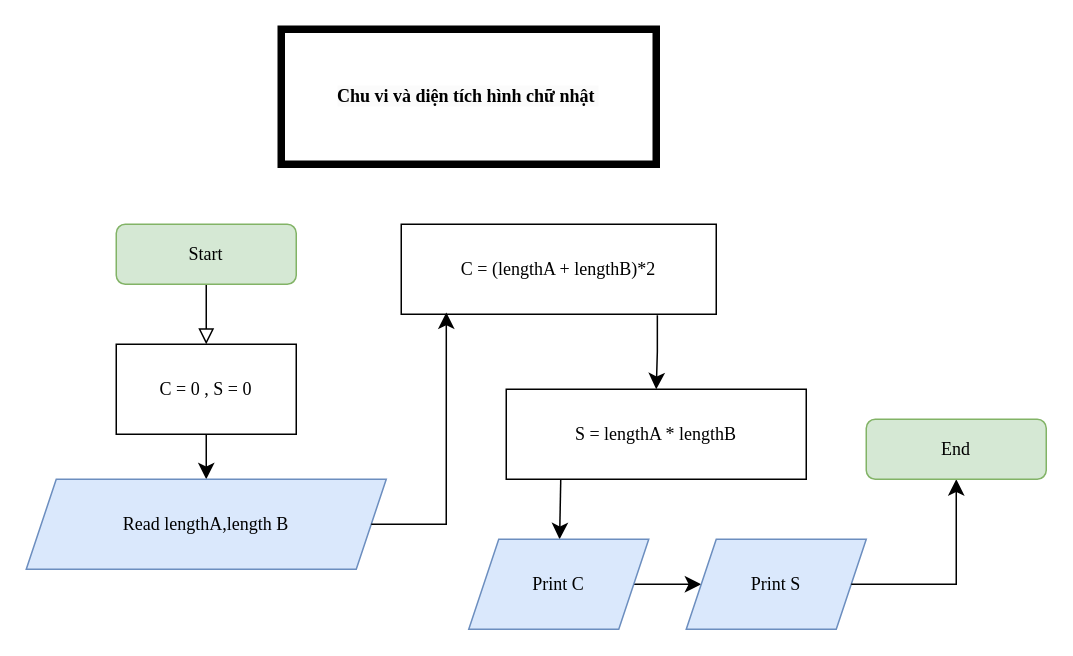
Before: page "Hình chữ nhật" (2 of 4) of Exercise1_11.drawio in LONGDKZdev/Flowchart, a draw.io diagram. Source tidied: cells renumbered, new cells numbered last; positions are measured from the earlier drawing's top-left corner, leaving out a move shared by most shapes. Both pictures are drawn from the tidied source at 150%, with x=0, y=0 at pixel (26, 28).
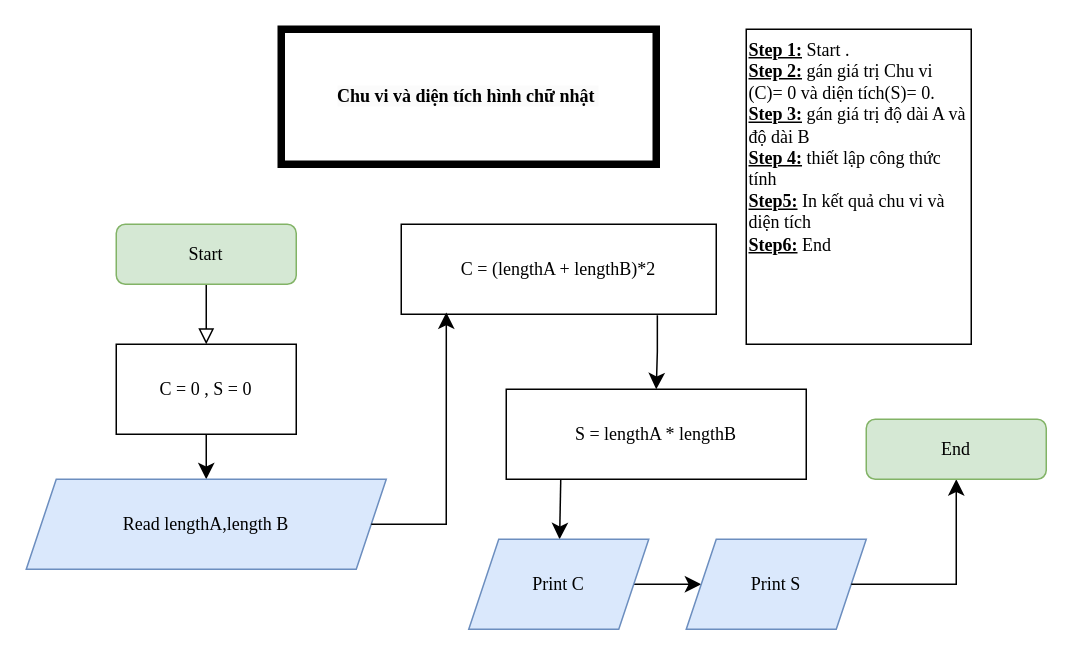
After the change.

Diff of the diagram source:
```diff
@@
+    <mxCell id="18" value="&lt;u&gt;&lt;b&gt;Step 1:&lt;/b&gt;&lt;/u&gt; Start .&lt;div&gt;&lt;b style=&quot;text-decoration-line: underline;&quot;&gt;Step 2:&lt;/b&gt;&amp;nbsp;gán giá trị Chu vi (C)= 0 và diện tích(S)= 0.&lt;/div&gt;&lt;div&gt;&lt;u&gt;&lt;b&gt;Step 3:&lt;/b&gt;&lt;/u&gt;&amp;nbsp;gán giá trị độ dài A và độ dài B&lt;/div&gt;&lt;div&gt;&lt;b&gt;&lt;u&gt;Step 4:&lt;/u&gt; &lt;/b&gt;thiết lập công thức tính&lt;b&gt;&amp;nbsp;&amp;nbsp;&lt;/b&gt;&lt;/div&gt;&lt;div&gt;&lt;b&gt;&lt;u&gt;Step5:&lt;/u&gt; &lt;/b&gt;In kết quả chu vi và diện tích&amp;nbsp;&lt;/div&gt;&lt;div&gt;&lt;u style=&quot;font-weight: bold;&quot;&gt;Step6:&lt;/u&gt;&amp;nbsp;End&lt;br&gt;&lt;/div&gt;" style="rounded=0;whiteSpace=wrap;html=1;horizontal=1;verticalAlign=top;align=left;fontFamily=Times New Roman;" parent="1" vertex="1">
+      <mxGeometry x="480" width="150" height="210" as="geometry" />
+    </mxCell>
```
